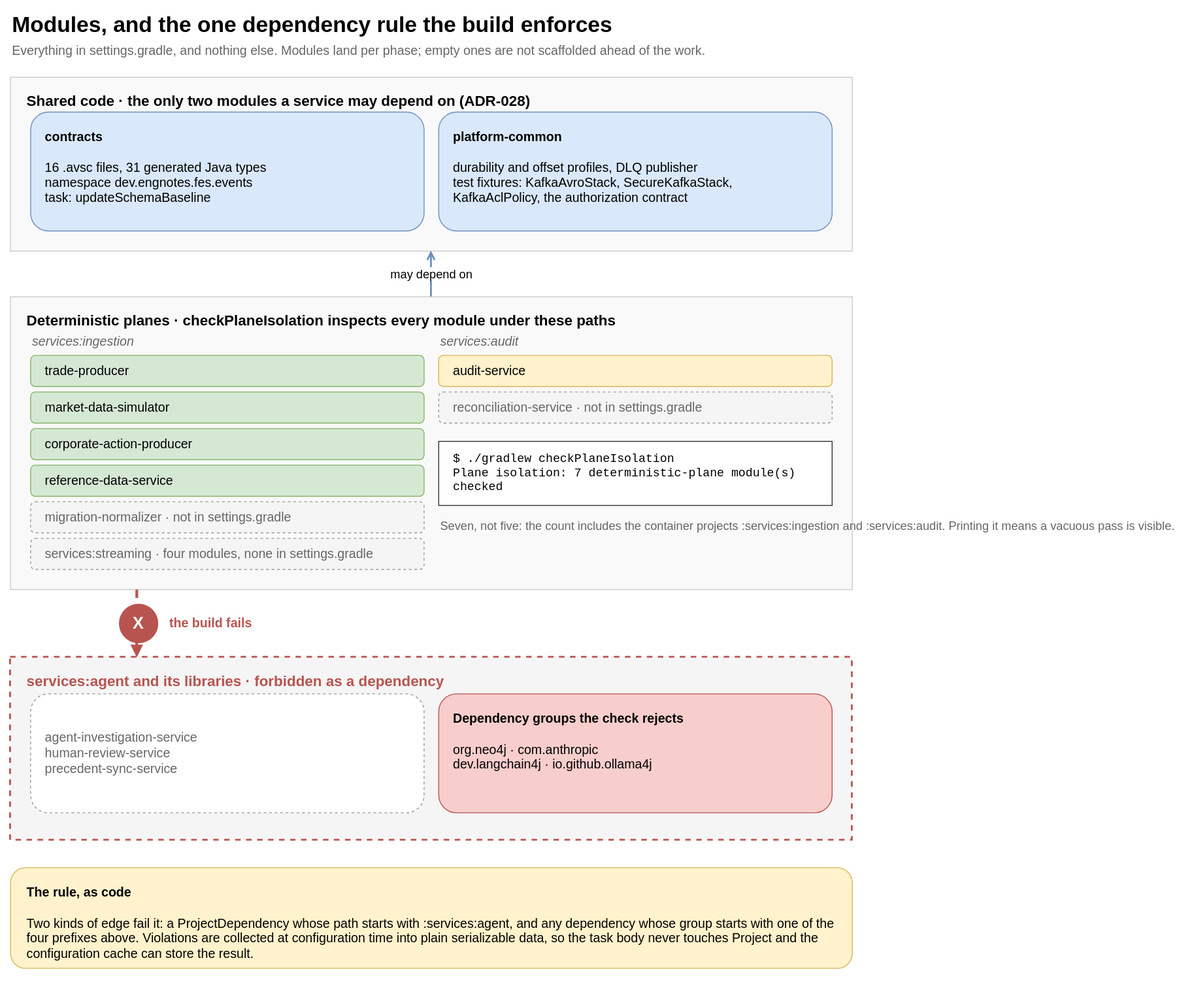
Above: guide/docs/diagrams/modules.svg in salgotraja/financial-event-streaming-platform (draw.io), before the change. Source tidied: cells renumbered, new cells last; positions are measured from the earlier drawing's top-left corner, leaving out a move shared by most shapes. Source of this version:
```xml
<mxGraphModel>
  <root>
    <mxCell id="0" />
    <mxCell id="1" parent="0" />
    <mxCell id="2" value="Modules, and the one dependency rule the build enforces" style="text;html=1;strokeColor=none;fillColor=none;align=left;verticalAlign=middle;fontSize=24;fontStyle=1;" parent="1" vertex="1">
      <mxGeometry width="920" height="34" as="geometry" />
    </mxCell>
    <mxCell id="3" value="Everything in settings.gradle, and nothing else. Modules land per phase; empty ones are not scaffolded ahead of the work." style="text;html=1;strokeColor=none;fillColor=none;align=left;verticalAlign=middle;fontSize=14;fontColor=#666666;" parent="1" vertex="1">
      <mxGeometry y="34" width="920" height="22" as="geometry" />
    </mxCell>
    <mxCell id="4" value="Shared code · the only two modules a service may depend on (ADR-028)" style="rounded=0;whiteSpace=wrap;html=1;fillColor=#f9f9f9;strokeColor=#cccccc;verticalAlign=top;align=left;spacingLeft=16;spacingTop=10;fontSize=16;fontStyle=1;" parent="1" vertex="1">
      <mxGeometry y="74" width="920" height="190" as="geometry" />
    </mxCell>
    <mxCell id="5" value="&lt;b&gt;contracts&lt;/b&gt;&lt;br&gt;&lt;br&gt;16 .avsc files, 31 generated Java types&lt;br&gt;namespace dev.engnotes.fes.events&lt;br&gt;task: updateSchemaBaseline" style="rounded=1;whiteSpace=wrap;html=1;fillColor=#dae8fc;strokeColor=#6c8ebf;fontSize=14;align=left;spacingLeft=14;verticalAlign=top;spacingTop=12;" parent="1" vertex="1">
      <mxGeometry x="22" y="112" width="430" height="130" as="geometry" />
    </mxCell>
    <mxCell id="6" value="&lt;b&gt;platform-common&lt;/b&gt;&lt;br&gt;&lt;br&gt;durability and offset profiles, DLQ publisher&lt;br&gt;test fixtures: KafkaAvroStack, SecureKafkaStack,&lt;br&gt;KafkaAclPolicy, the authorization contract" style="rounded=1;whiteSpace=wrap;html=1;fillColor=#dae8fc;strokeColor=#6c8ebf;fontSize=14;align=left;spacingLeft=14;verticalAlign=top;spacingTop=12;" parent="1" vertex="1">
      <mxGeometry x="468" y="112" width="430" height="130" as="geometry" />
    </mxCell>
    <mxCell id="7" value="Deterministic planes · checkPlaneIsolation inspects every module under these paths" style="rounded=0;whiteSpace=wrap;html=1;fillColor=#f9f9f9;strokeColor=#cccccc;verticalAlign=top;align=left;spacingLeft=16;spacingTop=10;fontSize=16;fontStyle=1;" parent="1" vertex="1">
      <mxGeometry y="314" width="920" height="320" as="geometry" />
    </mxCell>
    <mxCell id="8" value="services:ingestion" style="text;html=1;strokeColor=none;fillColor=none;align=left;verticalAlign=middle;fontSize=14;fontStyle=2;fontColor=#666666;" parent="1" vertex="1">
      <mxGeometry x="22" y="352" width="400" height="22" as="geometry" />
    </mxCell>
    <mxCell id="9" value="trade-producer" style="rounded=1;whiteSpace=wrap;html=1;fillColor=#d5e8d4;strokeColor=#82b366;fontSize=14;align=left;spacingLeft=14;" parent="1" vertex="1">
      <mxGeometry x="22" y="378" width="430" height="34" as="geometry" />
    </mxCell>
    <mxCell id="10" value="market-data-simulator" style="rounded=1;whiteSpace=wrap;html=1;fillColor=#d5e8d4;strokeColor=#82b366;fontSize=14;align=left;spacingLeft=14;" parent="1" vertex="1">
      <mxGeometry x="22" y="418" width="430" height="34" as="geometry" />
    </mxCell>
    <mxCell id="11" value="corporate-action-producer" style="rounded=1;whiteSpace=wrap;html=1;fillColor=#d5e8d4;strokeColor=#82b366;fontSize=14;align=left;spacingLeft=14;" parent="1" vertex="1">
      <mxGeometry x="22" y="458" width="430" height="34" as="geometry" />
    </mxCell>
    <mxCell id="12" value="reference-data-service" style="rounded=1;whiteSpace=wrap;html=1;fillColor=#d5e8d4;strokeColor=#82b366;fontSize=14;align=left;spacingLeft=14;" parent="1" vertex="1">
      <mxGeometry x="22" y="498" width="430" height="34" as="geometry" />
    </mxCell>
    <mxCell id="13" value="migration-normalizer · not in settings.gradle" style="rounded=1;whiteSpace=wrap;html=1;fillColor=#f5f5f5;strokeColor=#999999;fontColor=#666666;dashed=1;fontSize=14;align=left;spacingLeft=14;" parent="1" vertex="1">
      <mxGeometry x="22" y="538" width="430" height="34" as="geometry" />
    </mxCell>
    <mxCell id="14" value="services:streaming · four modules, none in settings.gradle" style="rounded=1;whiteSpace=wrap;html=1;fillColor=#f5f5f5;strokeColor=#999999;fontColor=#666666;dashed=1;fontSize=14;align=left;spacingLeft=14;" parent="1" vertex="1">
      <mxGeometry x="22" y="578" width="430" height="34" as="geometry" />
    </mxCell>
    <mxCell id="15" value="services:audit" style="text;html=1;strokeColor=none;fillColor=none;align=left;verticalAlign=middle;fontSize=14;fontStyle=2;fontColor=#666666;" parent="1" vertex="1">
      <mxGeometry x="468" y="352" width="400" height="22" as="geometry" />
    </mxCell>
    <mxCell id="16" value="audit-service" style="rounded=1;whiteSpace=wrap;html=1;fillColor=#fff2cc;strokeColor=#d6b656;fontSize=14;align=left;spacingLeft=14;" parent="1" vertex="1">
      <mxGeometry x="468" y="378" width="430" height="34" as="geometry" />
    </mxCell>
    <mxCell id="17" value="reconciliation-service · not in settings.gradle" style="rounded=1;whiteSpace=wrap;html=1;fillColor=#f5f5f5;strokeColor=#999999;fontColor=#666666;dashed=1;fontSize=14;align=left;spacingLeft=14;" parent="1" vertex="1">
      <mxGeometry x="468" y="418" width="430" height="34" as="geometry" />
    </mxCell>
    <mxCell id="18" value="$ ./gradlew checkPlaneIsolation&lt;br&gt;Plane isolation: 7 deterministic-plane module(s) checked" style="rounded=0;whiteSpace=wrap;html=1;fillColor=#ffffff;strokeColor=#333333;align=left;spacingLeft=14;fontSize=13;fontFamily=Courier New;verticalAlign=middle;" parent="1" vertex="1">
      <mxGeometry x="468" y="472" width="430" height="70" as="geometry" />
    </mxCell>
    <mxCell id="19" value="Seven, not five: the count includes the container projects :services:ingestion and :services:audit. Printing it means a vacuous pass is visible." style="text;html=1;strokeColor=none;fillColor=none;align=left;verticalAlign=top;fontSize=13;fontColor=#666666;" parent="1" vertex="1">
      <mxGeometry x="468" y="550" width="430" height="60" as="geometry" />
    </mxCell>
    <mxCell id="20" value="may depend on" style="edgeStyle=orthogonalEdgeStyle;rounded=0;html=1;strokeColor=#6c8ebf;endArrow=open;strokeWidth=2;fontSize=13;" parent="1" edge="1" source="7" target="4">
      <mxGeometry relative="1" as="geometry" />
    </mxCell>
    <mxCell id="21" value="services:agent and its libraries · forbidden as a dependency" style="rounded=0;whiteSpace=wrap;html=1;fillColor=#f5f5f5;strokeColor=#b85450;dashed=1;strokeWidth=2;verticalAlign=top;align=left;spacingLeft=16;spacingTop=10;fontSize=16;fontStyle=1;fontColor=#b85450;" parent="1" vertex="1">
      <mxGeometry y="708" width="920" height="200" as="geometry" />
    </mxCell>
    <mxCell id="22" value="agent-investigation-service&lt;br&gt;human-review-service&lt;br&gt;precedent-sync-service" style="rounded=1;whiteSpace=wrap;html=1;fillColor=#ffffff;strokeColor=#999999;fontColor=#666666;dashed=1;fontSize=14;align=left;spacingLeft=14;verticalAlign=middle;" parent="1" vertex="1">
      <mxGeometry x="22" y="748" width="430" height="130" as="geometry" />
    </mxCell>
    <mxCell id="23" value="&lt;b&gt;Dependency groups the check rejects&lt;/b&gt;&lt;br&gt;&lt;br&gt;org.neo4j · com.anthropic&lt;br&gt;dev.langchain4j · io.github.ollama4j" style="rounded=1;whiteSpace=wrap;html=1;fillColor=#f8cecc;strokeColor=#b85450;fontSize=14;align=left;spacingLeft=14;verticalAlign=top;spacingTop=12;" parent="1" vertex="1">
      <mxGeometry x="468" y="748" width="430" height="130" as="geometry" />
    </mxCell>
    <mxCell id="24" style="edgeStyle=orthogonalEdgeStyle;rounded=0;html=1;strokeColor=#b85450;strokeWidth=3;endArrow=block;dashed=1;fontSize=14;fontStyle=1;fontColor=#b85450;exitX=0.15;exitY=1;exitDx=0;exitDy=0;entryX=0.15;entryY=0;entryDx=0;entryDy=0;" parent="1" edge="1" source="7" target="21">
      <mxGeometry relative="1" as="geometry" />
    </mxCell>
    <mxCell id="25" value="X" style="ellipse;whiteSpace=wrap;html=1;fillColor=#b85450;strokeColor=#b85450;fontColor=#ffffff;fontSize=18;fontStyle=1;" parent="1" vertex="1">
      <mxGeometry x="119" y="650" width="42" height="42" as="geometry" />
    </mxCell>
    <mxCell id="26" value="the build fails" style="text;html=1;strokeColor=none;fillColor=none;align=left;verticalAlign=middle;fontSize=14;fontStyle=1;fontColor=#b85450;" parent="1" vertex="1">
      <mxGeometry x="172" y="650" width="300" height="42" as="geometry" />
    </mxCell>
    <mxCell id="27" value="&lt;b&gt;The rule, as code&lt;/b&gt;&lt;br&gt;&lt;br&gt;Two kinds of edge fail it: a ProjectDependency whose path starts with :services:agent, and any dependency whose group starts with one of the four prefixes above. Violations are collected at configuration time into plain serializable data, so the task body never touches Project and the configuration cache can store the result." style="rounded=1;whiteSpace=wrap;html=1;fillColor=#fff2cc;strokeColor=#d6b656;align=left;spacingLeft=16;verticalAlign=top;spacingTop=12;fontSize=14;" parent="1" vertex="1">
      <mxGeometry y="938" width="920" height="110" as="geometry" />
    </mxCell>
  </root>
</mxGraphModel>
```
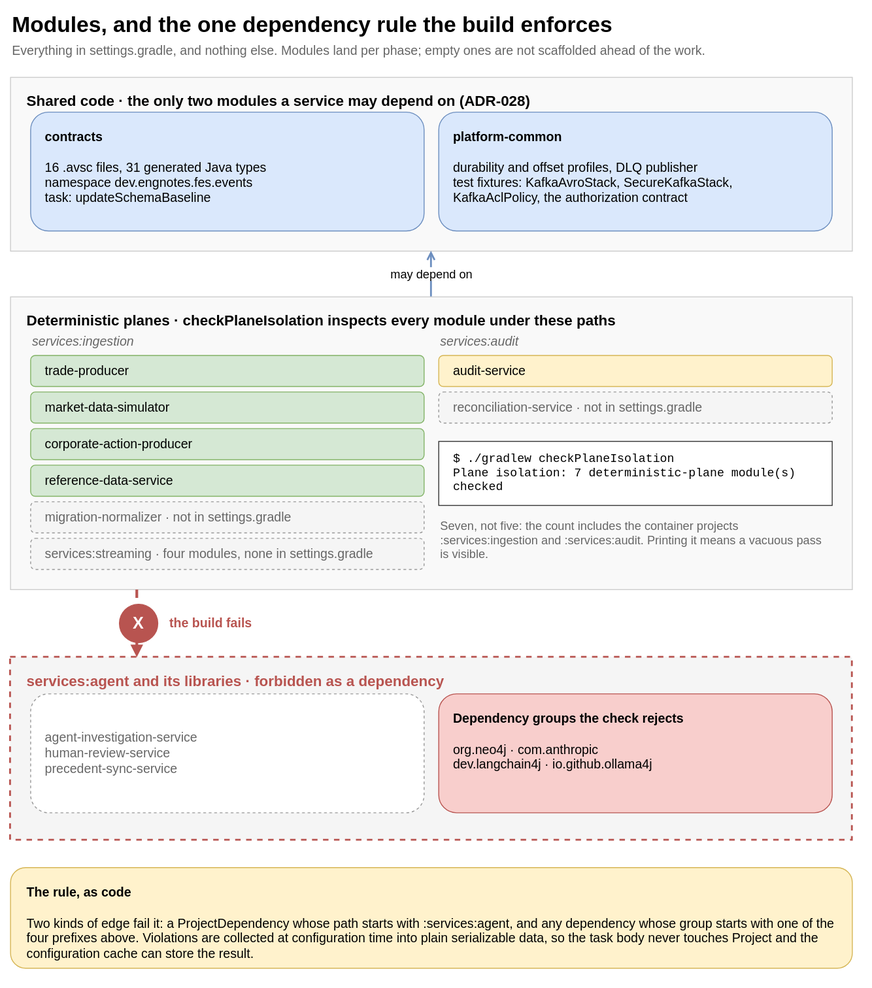
Above is the later version.

Diff of the diagram source:
```diff
@@ -2,10 +2,10 @@
   <root>
     <mxCell id="0" />
     <mxCell id="1" parent="0" />
-    <mxCell id="2" value="Modules, and the one dependency rule the build enforces" style="text;html=1;strokeColor=none;fillColor=none;align=left;verticalAlign=middle;fontSize=24;fontStyle=1;" parent="1" vertex="1">
+    <mxCell id="2" value="Modules, and the one dependency rule the build enforces" style="text;html=1;whiteSpace=wrap;strokeColor=none;fillColor=none;align=left;verticalAlign=middle;fontSize=24;fontStyle=1;" parent="1" vertex="1">
       <mxGeometry width="920" height="34" as="geometry" />
     </mxCell>
-    <mxCell id="3" value="Everything in settings.gradle, and nothing else. Modules land per phase; empty ones are not scaffolded ahead of the work." style="text;html=1;strokeColor=none;fillColor=none;align=left;verticalAlign=middle;fontSize=14;fontColor=#666666;" parent="1" vertex="1">
+    <mxCell id="3" value="Everything in settings.gradle, and nothing else. Modules land per phase; empty ones are not scaffolded ahead of the work." style="text;html=1;whiteSpace=wrap;strokeColor=none;fillColor=none;align=left;verticalAlign=middle;fontSize=14;fontColor=#666666;" parent="1" vertex="1">
       <mxGeometry y="34" width="920" height="22" as="geometry" />
     </mxCell>
     <mxCell id="4" value="Shared code · the only two modules a service may depend on (ADR-028)" style="rounded=0;whiteSpace=wrap;html=1;fillColor=#f9f9f9;strokeColor=#cccccc;verticalAlign=top;align=left;spacingLeft=16;spacingTop=10;fontSize=16;fontStyle=1;" parent="1" vertex="1">
@@ -20,7 +20,7 @@
     <mxCell id="7" value="Deterministic planes · checkPlaneIsolation inspects every module under these paths" style="rounded=0;whiteSpace=wrap;html=1;fillColor=#f9f9f9;strokeColor=#cccccc;verticalAlign=top;align=left;spacingLeft=16;spacingTop=10;fontSize=16;fontStyle=1;" parent="1" vertex="1">
       <mxGeometry y="314" width="920" height="320" as="geometry" />
     </mxCell>
-    <mxCell id="8" value="services:ingestion" style="text;html=1;strokeColor=none;fillColor=none;align=left;verticalAlign=middle;fontSize=14;fontStyle=2;fontColor=#666666;" parent="1" vertex="1">
+    <mxCell id="8" value="services:ingestion" style="text;html=1;whiteSpace=wrap;strokeColor=none;fillColor=none;align=left;verticalAlign=middle;fontSize=14;fontStyle=2;fontColor=#666666;" parent="1" vertex="1">
       <mxGeometry x="22" y="352" width="400" height="22" as="geometry" />
     </mxCell>
     <mxCell id="9" value="trade-producer" style="rounded=1;whiteSpace=wrap;html=1;fillColor=#d5e8d4;strokeColor=#82b366;fontSize=14;align=left;spacingLeft=14;" parent="1" vertex="1">
@@ -41,7 +41,7 @@
     <mxCell id="14" value="services:streaming · four modules, none in settings.gradle" style="rounded=1;whiteSpace=wrap;html=1;fillColor=#f5f5f5;strokeColor=#999999;fontColor=#666666;dashed=1;fontSize=14;align=left;spacingLeft=14;" parent="1" vertex="1">
       <mxGeometry x="22" y="578" width="430" height="34" as="geometry" />
     </mxCell>
-    <mxCell id="15" value="services:audit" style="text;html=1;strokeColor=none;fillColor=none;align=left;verticalAlign=middle;fontSize=14;fontStyle=2;fontColor=#666666;" parent="1" vertex="1">
+    <mxCell id="15" value="services:audit" style="text;html=1;whiteSpace=wrap;strokeColor=none;fillColor=none;align=left;verticalAlign=middle;fontSize=14;fontStyle=2;fontColor=#666666;" parent="1" vertex="1">
       <mxGeometry x="468" y="352" width="400" height="22" as="geometry" />
     </mxCell>
     <mxCell id="16" value="audit-service" style="rounded=1;whiteSpace=wrap;html=1;fillColor=#fff2cc;strokeColor=#d6b656;fontSize=14;align=left;spacingLeft=14;" parent="1" vertex="1">
@@ -53,7 +53,7 @@
     <mxCell id="18" value="$ ./gradlew checkPlaneIsolation&lt;br&gt;Plane isolation: 7 deterministic-plane module(s) checked" style="rounded=0;whiteSpace=wrap;html=1;fillColor=#ffffff;strokeColor=#333333;align=left;spacingLeft=14;fontSize=13;fontFamily=Courier New;verticalAlign=middle;" parent="1" vertex="1">
       <mxGeometry x="468" y="472" width="430" height="70" as="geometry" />
     </mxCell>
-    <mxCell id="19" value="Seven, not five: the count includes the container projects :services:ingestion and :services:audit. Printing it means a vacuous pass is visible." style="text;html=1;strokeColor=none;fillColor=none;align=left;verticalAlign=top;fontSize=13;fontColor=#666666;" parent="1" vertex="1">
+    <mxCell id="19" value="Seven, not five: the count includes the container projects :services:ingestion and :services:audit. Printing it means a vacuous pass is visible." style="text;html=1;whiteSpace=wrap;strokeColor=none;fillColor=none;align=left;verticalAlign=top;fontSize=13;fontColor=#666666;" parent="1" vertex="1">
       <mxGeometry x="468" y="550" width="430" height="60" as="geometry" />
     </mxCell>
     <mxCell id="20" value="may depend on" style="edgeStyle=orthogonalEdgeStyle;rounded=0;html=1;strokeColor=#6c8ebf;endArrow=open;strokeWidth=2;fontSize=13;" parent="1" edge="1" source="7" target="4">
@@ -74,7 +74,7 @@
     <mxCell id="25" value="X" style="ellipse;whiteSpace=wrap;html=1;fillColor=#b85450;strokeColor=#b85450;fontColor=#ffffff;fontSize=18;fontStyle=1;" parent="1" vertex="1">
       <mxGeometry x="119" y="650" width="42" height="42" as="geometry" />
     </mxCell>
-    <mxCell id="26" value="the build fails" style="text;html=1;strokeColor=none;fillColor=none;align=left;verticalAlign=middle;fontSize=14;fontStyle=1;fontColor=#b85450;" parent="1" vertex="1">
+    <mxCell id="26" value="the build fails" style="text;html=1;whiteSpace=wrap;strokeColor=none;fillColor=none;align=left;verticalAlign=middle;fontSize=14;fontStyle=1;fontColor=#b85450;" parent="1" vertex="1">
       <mxGeometry x="172" y="650" width="300" height="42" as="geometry" />
     </mxCell>
     <mxCell id="27" value="&lt;b&gt;The rule, as code&lt;/b&gt;&lt;br&gt;&lt;br&gt;Two kinds of edge fail it: a ProjectDependency whose path starts with :services:agent, and any dependency whose group starts with one of the four prefixes above. Violations are collected at configuration time into plain serializable data, so the task body never touches Project and the configuration cache can store the result." style="rounded=1;whiteSpace=wrap;html=1;fillColor=#fff2cc;strokeColor=#d6b656;align=left;spacingLeft=16;verticalAlign=top;spacingTop=12;fontSize=14;" parent="1" vertex="1">
```
